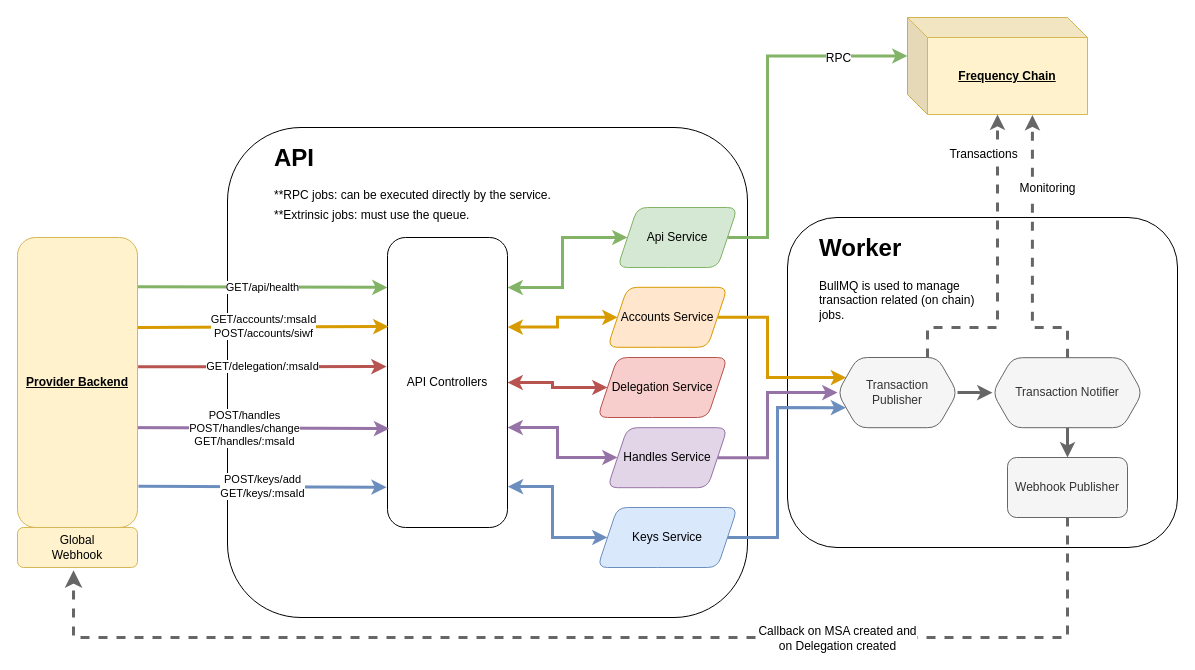
Earlier version of the draw.io diagram services/account/docs/account_service_arch.drawio (ProjectLibertyLabs/gateway). Source tidied: cells renumbered, new cells numbered last; positions are measured from the earlier drawing's top-left corner, leaving out a move shared by most shapes. Both pictures are drawn from the tidied source at 100%, with x=0, y=0 at pixel (17, 17).
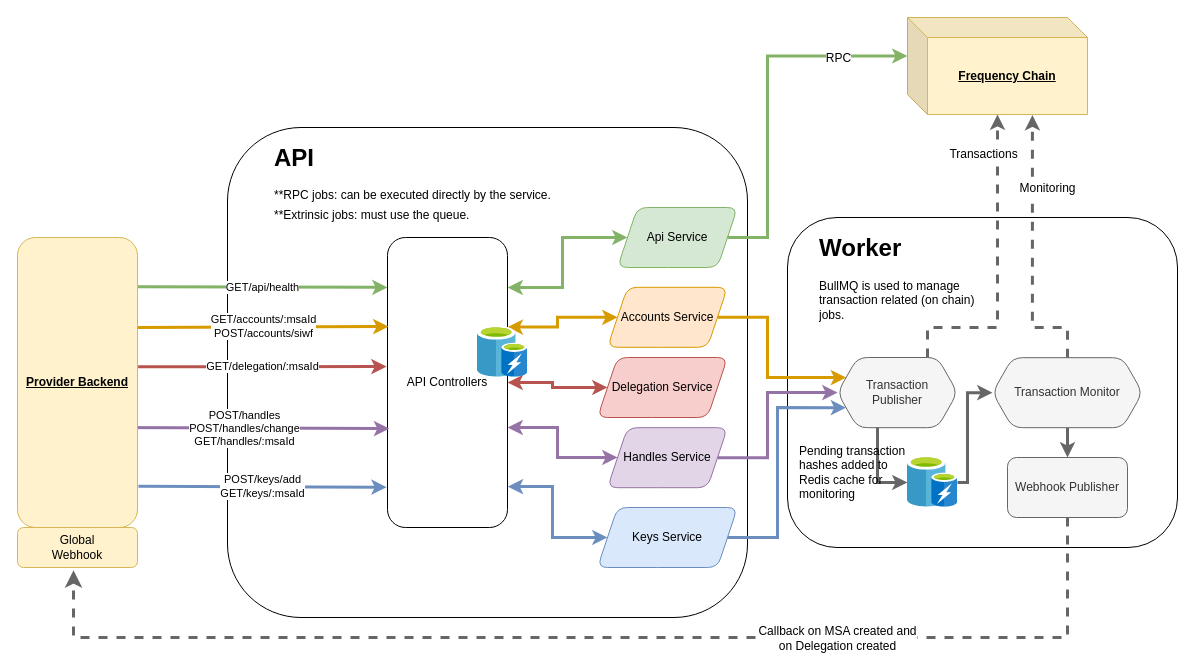
After the change.

The change refers to these unchanged cells:
```xml
<mxCell id="33" value="Transaction&lt;div&gt;Publisher&lt;/div&gt;" style="shape=hexagon;perimeter=hexagonPerimeter2;whiteSpace=wrap;html=1;fixedSize=1;rounded=1;strokeColor=#666666;align=center;verticalAlign=middle;fontFamily=Helvetica;fontSize=12;fillColor=#f5f5f5;fontColor=#333333;" parent="1" vertex="1">
  <mxGeometry x="820" y="340" width="120" height="70.2" as="geometry" />
</mxCell>
```

What changed in the source:
```diff
@@
-    <mxCell id="31" value="Transaction Notifier" style="shape=hexagon;perimeter=hexagonPerimeter2;whiteSpace=wrap;html=1;fixedSize=1;rounded=1;strokeColor=#666666;align=center;verticalAlign=middle;fontFamily=Helvetica;fontSize=12;fillColor=#f5f5f5;fontColor=#333333;" parent="1" vertex="1">
+    <mxCell id="31" value="Transaction Monitor" style="shape=hexagon;perimeter=hexagonPerimeter2;whiteSpace=wrap;html=1;fixedSize=1;rounded=1;strokeColor=#666666;align=center;verticalAlign=middle;fontFamily=Helvetica;fontSize=12;fillColor=#f5f5f5;fontColor=#333333;" parent="1" vertex="1">
       <mxGeometry x="975" y="340.2" width="150" height="70" as="geometry" />
     </mxCell>
-    <mxCell id="32" style="edgeStyle=orthogonalEdgeStyle;rounded=0;jettySize=auto;html=1;fontFamily=Helvetica;fontSize=12;fontColor=default;fillColor=#f5f5f5;strokeColor=#666666;strokeWidth=3;" parent="1" edge="1" source="33" target="31">
-      <mxGeometry relative="1" as="geometry" />
+    <mxCell id="32" style="edgeStyle=orthogonalEdgeStyle;rounded=0;jettySize=auto;html=1;fontFamily=Helvetica;fontSize=12;fontColor=default;fillColor=#f5f5f5;strokeColor=#666666;strokeWidth=3;entryX=0;entryY=0.5;entryDx=0;entryDy=0;" parent="1" edge="1" source="42" target="31">
+      <mxGeometry relative="1" as="geometry">
+        <Array as="points">
+          <mxPoint x="950" y="465" />
+          <mxPoint x="950" y="375" />
+        </Array>
+      </mxGeometry>
     </mxCell>
@@
+    <mxCell id="41" style="image;sketch=0;html=1;align=center;fontSize=12;image=img/lib/mscae/Cache_including_Redis.svg;" parent="1" vertex="1">
+      <mxGeometry x="460" y="310" width="50" height="50" as="geometry" />
+    </mxCell>
+    <mxCell id="42" style="image;sketch=0;html=1;points=[];align=center;fontSize=12;image=img/lib/mscae/Cache_including_Redis.svg;" parent="1" vertex="1">
+      <mxGeometry x="890" y="440" width="50" height="50" as="geometry" />
+    </mxCell>
+    <mxCell id="43" style="edgeStyle=orthogonalEdgeStyle;rounded=0;jettySize=auto;html=1;fontFamily=Helvetica;fontSize=12;fontColor=default;fillColor=#f5f5f5;strokeColor=#666666;strokeWidth=3;" parent="1" edge="1" target="42">
+      <mxGeometry relative="1" as="geometry">
+        <mxPoint x="860" y="410" as="sourcePoint" />
+        <Array as="points">
+          <mxPoint x="860" y="410" />
+          <mxPoint x="860" y="465" />
+        </Array>
+      </mxGeometry>
+    </mxCell>
+    <mxCell id="44" value="&lt;p style=&quot;margin-top: 0px;&quot;&gt;&lt;span style=&quot;font-size: 12px; font-weight: 400;&quot;&gt;Pending transaction hashes added to Redis cache for monitoring&lt;/span&gt;&lt;/p&gt;" style="text;html=1;whiteSpace=wrap;overflow=hidden;rounded=0;fontFamily=Helvetica;fontSize=12;fontColor=default;align=left;" parent="1" vertex="1">
+      <mxGeometry x="780" y="420" width="120" height="70" as="geometry" />
+    </mxCell>
```
